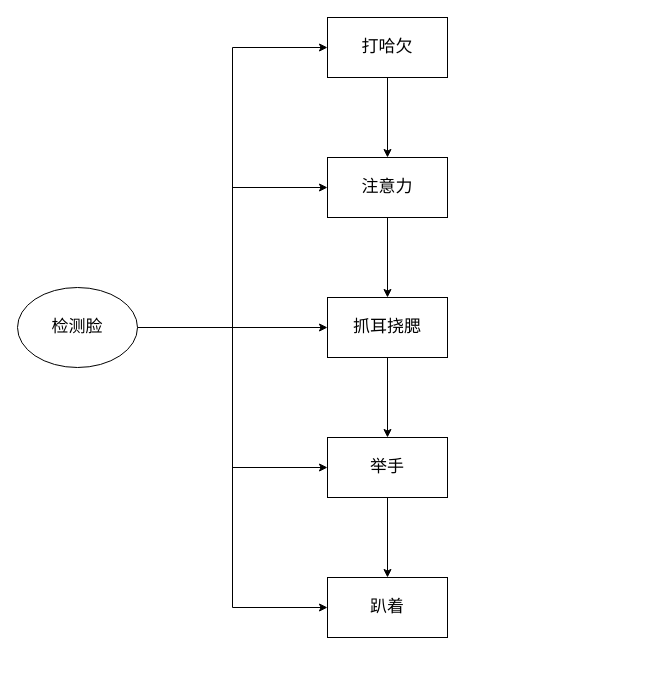
ByronGe/ths_img keeps this draw.io diagram as pose_detector.drawio. Above is the earlier version. Source tidied: cells renumbered, new cells numbered last; positions are measured from the earlier drawing's top-left corner, leaving out a move shared by most shapes. Both pictures are drawn from the tidied source at 100%, with x=0, y=0 at pixel (17, 17).
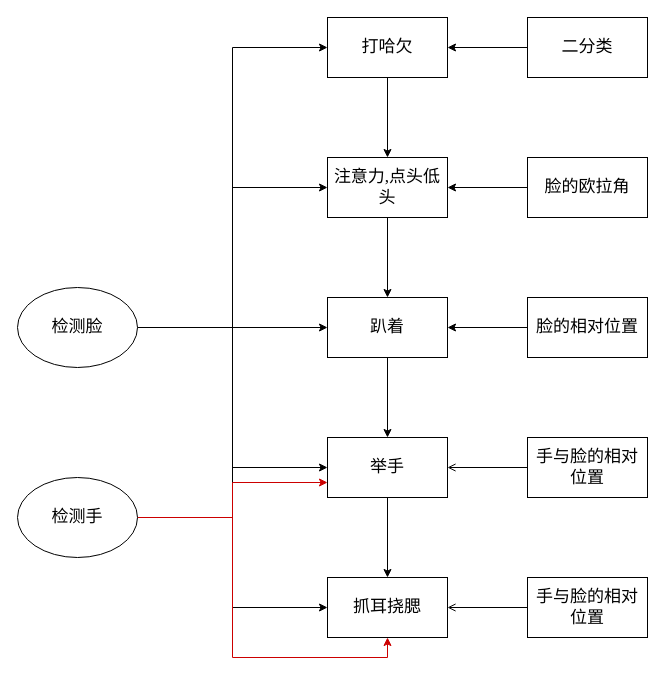
After the change.

The change refers to these unchanged cells:
```xml
<mxCell id="3" value="打哈欠" style="rounded=0;whiteSpace=wrap;html=1;fontSize=17;fontFamily=Times New Roman;" parent="1" vertex="1">
  <mxGeometry x="310" width="120" height="60" as="geometry" />
</mxCell>
<mxCell id="9" value="举手" style="rounded=0;whiteSpace=wrap;html=1;fontSize=17;fontFamily=Times New Roman;" parent="1" vertex="1">
  <mxGeometry x="310" y="420" width="120" height="60" as="geometry" />
</mxCell>
```

What changed in the source:
```diff
@@
+    <mxCell id="17" style="edgeStyle=orthogonalEdgeStyle;rounded=0;jettySize=auto;html=1;fontFamily=Times New Roman;fontSize=17;startArrow=none;startFill=0;" parent="1" edge="1" source="22" target="3">
+      <mxGeometry relative="1" as="geometry" />
+    </mxCell>
@@
+    <mxCell id="18" style="edgeStyle=orthogonalEdgeStyle;rounded=0;jettySize=auto;html=1;fontFamily=Times New Roman;fontSize=17;" parent="1" edge="1" source="23" target="5">
+      <mxGeometry relative="1" as="geometry" />
+    </mxCell>
-    <mxCell id="5" value="注意力" style="rounded=0;whiteSpace=wrap;html=1;fontSize=17;fontFamily=Times New Roman;" parent="1" vertex="1">
+    <mxCell id="5" value="注意力,点头低头" style="rounded=0;whiteSpace=wrap;html=1;fontSize=17;fontFamily=Times New Roman;" parent="1" vertex="1">
       <mxGeometry x="310" y="140" width="120" height="60" as="geometry" />
     </mxCell>
@@
+    <mxCell id="19" style="edgeStyle=orthogonalEdgeStyle;rounded=0;jettySize=auto;html=1;fontFamily=Times New Roman;fontSize=17;fontColor=#CC0000;" parent="1" edge="1" source="27" target="7">
+      <mxGeometry relative="1" as="geometry" />
+    </mxCell>
-    <mxCell id="7" value="抓耳挠腮" style="rounded=0;whiteSpace=wrap;html=1;fontSize=17;fontFamily=Times New Roman;" parent="1" vertex="1">
+    <mxCell id="7" value="趴着" style="rounded=0;whiteSpace=wrap;html=1;fontSize=17;fontFamily=Times New Roman;" parent="1" vertex="1">
       <mxGeometry x="310" y="280" width="120" height="60" as="geometry" />
     </mxCell>
@@
+    <mxCell id="20" style="edgeStyle=orthogonalEdgeStyle;rounded=0;jettySize=auto;html=1;startArrow=none;startFill=0;endArrow=open;endFill=0;strokeColor=#000000;fontFamily=Times New Roman;fontSize=17;fontColor=#CC0000;" parent="1" edge="1" source="28" target="9">
+      <mxGeometry relative="1" as="geometry" />
+    </mxCell>
@@
+    <mxCell id="21" style="edgeStyle=orthogonalEdgeStyle;rounded=0;jettySize=auto;html=1;startArrow=none;startFill=0;endArrow=open;endFill=0;strokeColor=#000000;fontFamily=Times New Roman;fontSize=17;fontColor=#CC0000;" parent="1" edge="1" source="29" target="10">
+      <mxGeometry relative="1" as="geometry" />
+    </mxCell>
-    <mxCell id="10" value="趴着" style="rounded=0;whiteSpace=wrap;html=1;fontSize=17;fontFamily=Times New Roman;" parent="1" vertex="1">
+    <mxCell id="10" value="抓耳挠腮" style="rounded=0;whiteSpace=wrap;html=1;fontSize=17;fontFamily=Times New Roman;" parent="1" vertex="1">
       <mxGeometry x="310" y="560" width="120" height="60" as="geometry" />
     </mxCell>
@@
+    <mxCell id="22" value="二分类" style="rounded=0;whiteSpace=wrap;html=1;fontSize=17;fontFamily=Times New Roman;" parent="1" vertex="1">
+      <mxGeometry x="510" width="120" height="60" as="geometry" />
+    </mxCell>
+    <mxCell id="23" value="脸的欧拉角" style="rounded=0;whiteSpace=wrap;html=1;fontSize=17;fontFamily=Times New Roman;" parent="1" vertex="1">
+      <mxGeometry x="510" y="140" width="120" height="60" as="geometry" />
+    </mxCell>
+    <mxCell id="24" style="edgeStyle=orthogonalEdgeStyle;rounded=0;jettySize=auto;html=1;entryX=0.5;entryY=1;entryDx=0;entryDy=0;fontFamily=Times New Roman;fontSize=17;fontColor=#CC0000;strokeColor=#CC0000;" parent="1" edge="1" source="26" target="10">
+      <mxGeometry relative="1" as="geometry" />
+    </mxCell>
+    <mxCell id="25" style="edgeStyle=orthogonalEdgeStyle;rounded=0;jettySize=auto;html=1;entryX=0;entryY=0.75;entryDx=0;entryDy=0;strokeColor=#CC0000;fontFamily=Times New Roman;fontSize=17;fontColor=#CC0000;" parent="1" edge="1" source="26" target="9">
+      <mxGeometry relative="1" as="geometry" />
+    </mxCell>
+    <mxCell id="26" value="检测手" style="ellipse;whiteSpace=wrap;html=1;fontSize=17;fontFamily=Times New Roman;" parent="1" vertex="1">
+      <mxGeometry y="460" width="120" height="80" as="geometry" />
+    </mxCell>
+    <mxCell id="27" value="脸的相对位置" style="rounded=0;whiteSpace=wrap;html=1;fontSize=17;fontFamily=Times New Roman;" parent="1" vertex="1">
+      <mxGeometry x="510" y="280" width="120" height="60" as="geometry" />
+    </mxCell>
+    <mxCell id="28" value="手与脸的相对位置" style="rounded=0;whiteSpace=wrap;html=1;fontSize=17;fontFamily=Times New Roman;" parent="1" vertex="1">
+      <mxGeometry x="510" y="420" width="120" height="60" as="geometry" />
+    </mxCell>
+    <mxCell id="29" value="手与脸的相对位置" style="rounded=0;whiteSpace=wrap;html=1;fontSize=17;fontFamily=Times New Roman;" parent="1" vertex="1">
+      <mxGeometry x="510" y="560" width="120" height="60" as="geometry" />
+    </mxCell>
```
